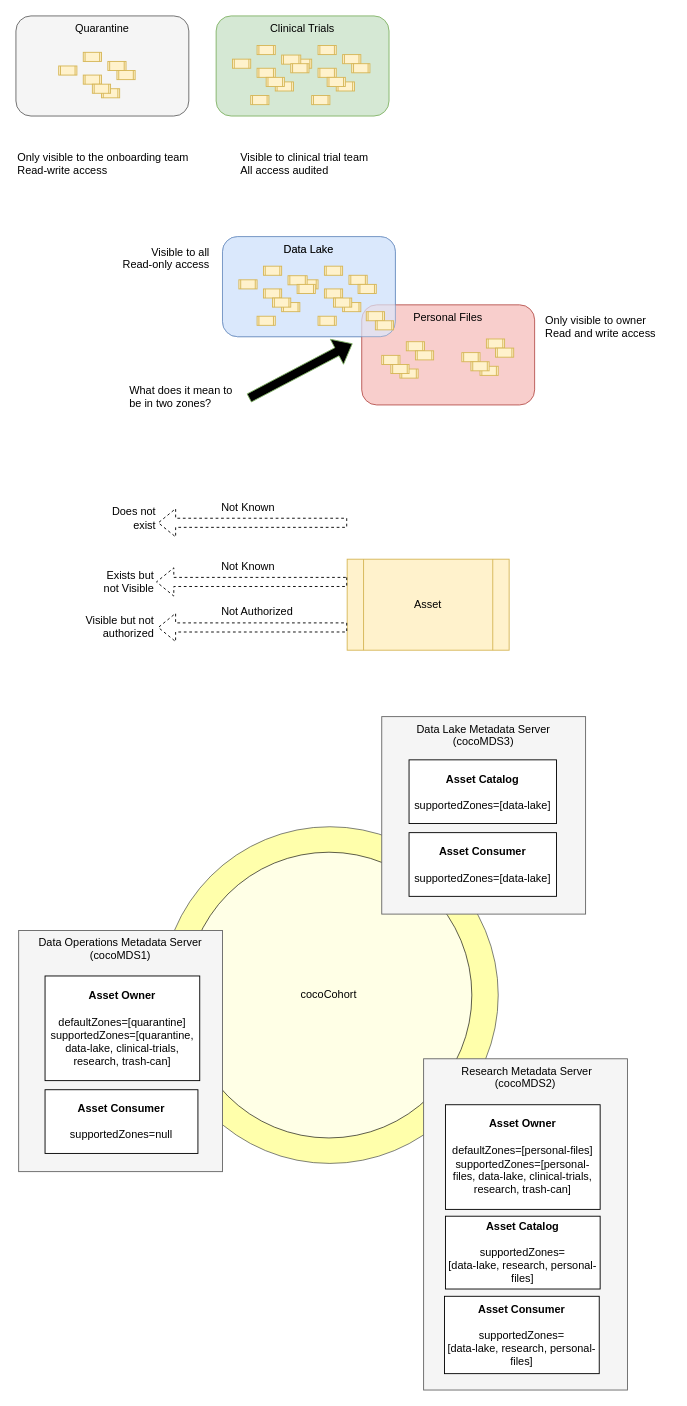
Before: page "governance-zones-overview" (2 of 6) of site/docs/features/governance-zoning/governance-zones.drawio in odpi/egeria-docs, a draw.io diagram. Source tidied: cells renumbered, new cells numbered last; positions are measured from the earlier drawing's top-left corner, leaving out a move shared by most shapes. Both pictures are drawn from the tidied source at 91%, with x=0, y=0 at pixel (15, 15).
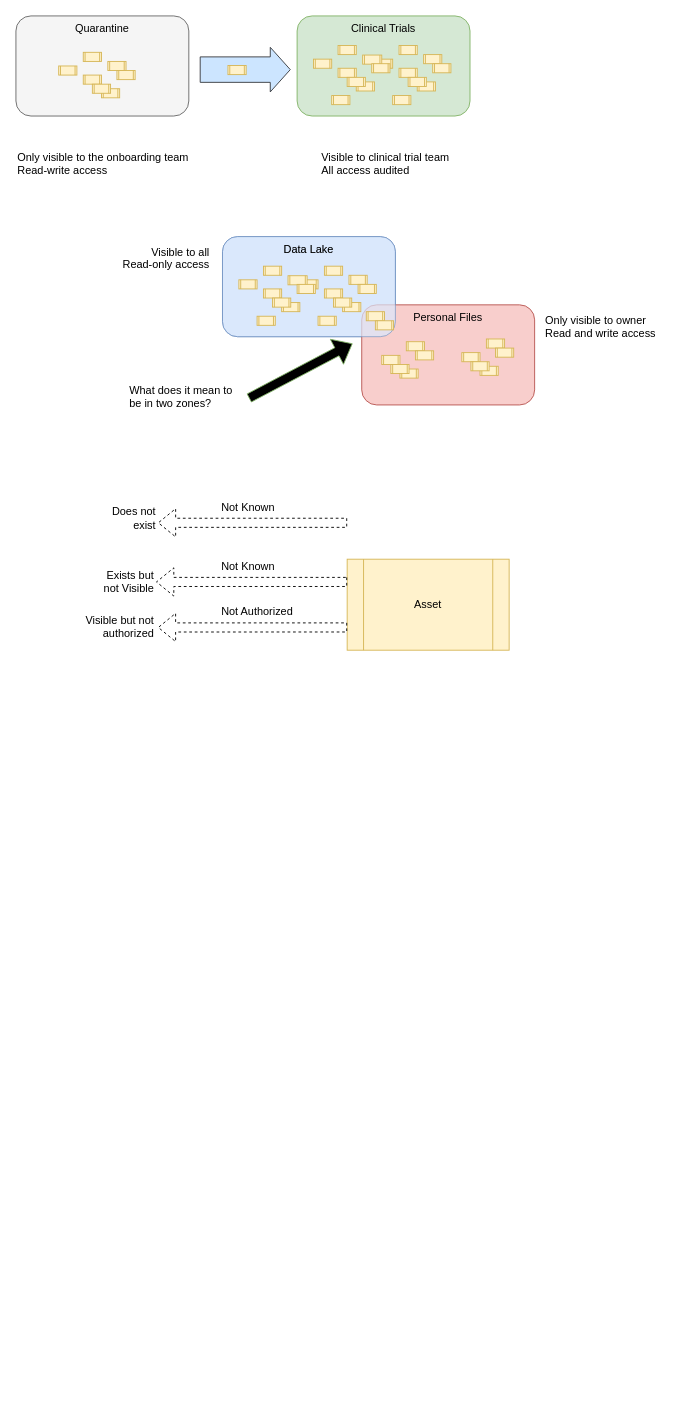
The same diagram, later.

Change to the diagram source:
```diff
@@
-    <mxCell id="2" style="ellipse;whiteSpace=wrap;html=1;fillColor=#ffff88;fontColor=#000000;opacity=70;align=right;strokeColor=#36393d;" parent="1" vertex="1">
-      <mxGeometry x="160" y="891" width="370" height="370" as="geometry" />
-    </mxCell>
-    <mxCell id="3" value="cocoCohort" style="ellipse;whiteSpace=wrap;html=1;fillColor=#FFFFFF;fontColor=#000000;opacity=70;align=center;" parent="1" vertex="1">
-      <mxGeometry x="187" y="919" width="314" height="314" as="geometry" />
-    </mxCell>
@@
     <mxCell id="5" value="Clinical Trials" style="rounded=1;whiteSpace=wrap;html=1;fillColor=#d5e8d4;align=center;strokeColor=#82b366;verticalAlign=top;" parent="1" vertex="1">
-      <mxGeometry x="220" width="190" height="110" as="geometry" />
+      <mxGeometry x="309" width="190" height="110" as="geometry" />
     </mxCell>
     <mxCell id="6" style="shape=process;whiteSpace=wrap;html=1;backgroundOutline=1;fillColor=#fff2cc;align=center;strokeColor=#d6b656;" parent="1" vertex="1">
-      <mxGeometry x="332" y="32.5" width="20" height="10" as="geometry" />
+      <mxGeometry x="421" y="32.5" width="20" height="10" as="geometry" />
     </mxCell>
     <mxCell id="7" style="shape=process;whiteSpace=wrap;html=1;backgroundOutline=1;fillColor=#fff2cc;align=center;strokeColor=#d6b656;" parent="1" vertex="1">
-      <mxGeometry x="359" y="42.5" width="20" height="10" as="geometry" />
+      <mxGeometry x="448" y="42.5" width="20" height="10" as="geometry" />
     </mxCell>
     <mxCell id="8" style="shape=process;whiteSpace=wrap;html=1;backgroundOutline=1;fillColor=#fff2cc;align=center;strokeColor=#d6b656;" parent="1" vertex="1">
-      <mxGeometry x="352" y="72.5" width="20" height="10" as="geometry" />
+      <mxGeometry x="441" y="72.5" width="20" height="10" as="geometry" />
     </mxCell>
     <mxCell id="9" style="shape=process;whiteSpace=wrap;html=1;backgroundOutline=1;fillColor=#fff2cc;align=center;strokeColor=#d6b656;" parent="1" vertex="1">
-      <mxGeometry x="369" y="52.5" width="20" height="10" as="geometry" />
+      <mxGeometry x="458" y="52.5" width="20" height="10" as="geometry" />
     </mxCell>
     <mxCell id="10" style="shape=process;whiteSpace=wrap;html=1;backgroundOutline=1;fillColor=#fff2cc;align=center;strokeColor=#d6b656;" parent="1" vertex="1">
-      <mxGeometry x="305" y="47.5" width="20" height="10" as="geometry" />
+      <mxGeometry x="394" y="47.5" width="20" height="10" as="geometry" />
     </mxCell>
     <mxCell id="11" style="shape=process;whiteSpace=wrap;html=1;backgroundOutline=1;fillColor=#fff2cc;align=center;strokeColor=#d6b656;" parent="1" vertex="1">
-      <mxGeometry x="332" y="57.5" width="20" height="10" as="geometry" />
+      <mxGeometry x="421" y="57.5" width="20" height="10" as="geometry" />
     </mxCell>
     <mxCell id="12" style="shape=process;whiteSpace=wrap;html=1;backgroundOutline=1;fillColor=#fff2cc;align=center;strokeColor=#d6b656;" parent="1" vertex="1">
-      <mxGeometry x="325" y="87.5" width="20" height="10" as="geometry" />
+      <mxGeometry x="414" y="87.5" width="20" height="10" as="geometry" />
     </mxCell>
     <mxCell id="13" style="shape=process;whiteSpace=wrap;html=1;backgroundOutline=1;fillColor=#fff2cc;align=center;strokeColor=#d6b656;" parent="1" vertex="1">
-      <mxGeometry x="342" y="67.5" width="20" height="10" as="geometry" />
+      <mxGeometry x="431" y="67.5" width="20" height="10" as="geometry" />
     </mxCell>
@@
     <mxCell id="21" style="shape=process;whiteSpace=wrap;html=1;backgroundOutline=1;fillColor=#fff2cc;align=center;strokeColor=#d6b656;" parent="1" vertex="1">
-      <mxGeometry x="265" y="32.5" width="20" height="10" as="geometry" />
+      <mxGeometry x="354" y="32.5" width="20" height="10" as="geometry" />
     </mxCell>
     <mxCell id="22" style="shape=process;whiteSpace=wrap;html=1;backgroundOutline=1;fillColor=#fff2cc;align=center;strokeColor=#d6b656;" parent="1" vertex="1">
-      <mxGeometry x="292" y="43" width="21" height="10" as="geometry" />
+      <mxGeometry x="381" y="43" width="21" height="10" as="geometry" />
     </mxCell>
     <mxCell id="23" style="shape=process;whiteSpace=wrap;html=1;backgroundOutline=1;fillColor=#fff2cc;align=center;strokeColor=#d6b656;" parent="1" vertex="1">
-      <mxGeometry x="285" y="72.5" width="20" height="10" as="geometry" />
+      <mxGeometry x="374" y="72.5" width="20" height="10" as="geometry" />
     </mxCell>
     <mxCell id="24" style="shape=process;whiteSpace=wrap;html=1;backgroundOutline=1;fillColor=#fff2cc;align=center;strokeColor=#d6b656;" parent="1" vertex="1">
-      <mxGeometry x="302" y="52.5" width="20" height="10" as="geometry" />
+      <mxGeometry x="391" y="52.5" width="20" height="10" as="geometry" />
     </mxCell>
     <mxCell id="25" style="shape=process;whiteSpace=wrap;html=1;backgroundOutline=1;fillColor=#fff2cc;align=center;strokeColor=#d6b656;" parent="1" vertex="1">
-      <mxGeometry x="238" y="47.5" width="20" height="10" as="geometry" />
+      <mxGeometry x="327" y="47.5" width="20" height="10" as="geometry" />
     </mxCell>
     <mxCell id="26" style="shape=process;whiteSpace=wrap;html=1;backgroundOutline=1;fillColor=#fff2cc;align=center;strokeColor=#d6b656;" parent="1" vertex="1">
-      <mxGeometry x="265" y="57.5" width="20" height="10" as="geometry" />
+      <mxGeometry x="354" y="57.5" width="20" height="10" as="geometry" />
     </mxCell>
     <mxCell id="27" style="shape=process;whiteSpace=wrap;html=1;backgroundOutline=1;fillColor=#fff2cc;align=center;strokeColor=#d6b656;" parent="1" vertex="1">
-      <mxGeometry x="258" y="87.5" width="20" height="10" as="geometry" />
+      <mxGeometry x="347" y="87.5" width="20" height="10" as="geometry" />
     </mxCell>
     <mxCell id="28" style="shape=process;whiteSpace=wrap;html=1;backgroundOutline=1;fillColor=#fff2cc;align=center;strokeColor=#d6b656;" parent="1" vertex="1">
-      <mxGeometry x="275" y="67.5" width="20" height="10" as="geometry" />
+      <mxGeometry x="364" y="67.5" width="20" height="10" as="geometry" />
     </mxCell>
@@
     <mxCell id="30" value="Visible to clinical trial team&lt;br&gt;All access audited&lt;br&gt;" style="text;html=1;align=left;verticalAlign=top;spacingTop=-4;" parent="1" vertex="1">
-      <mxGeometry x="245" y="146" width="160" height="30" as="geometry" />
+      <mxGeometry x="334" y="146" width="160" height="30" as="geometry" />
     </mxCell>
@@
-    <mxCell id="41" value="&lt;div style=&quot;text-align: center&quot;&gt;&lt;span&gt;Data Operations Metadata Server&lt;/span&gt;&lt;/div&gt;&lt;div style=&quot;text-align: center&quot;&gt;&lt;span&gt;(cocoMDS1)&lt;/span&gt;&lt;/div&gt;&lt;div style=&quot;text-align: center&quot;&gt;&lt;/div&gt;" style="rounded=0;whiteSpace=wrap;html=1;fillColor=#f5f5f5;align=center;fontColor=#000000;verticalAlign=top;strokeColor=#666666;" parent="1" vertex="1">
-      <mxGeometry x="3" y="1005" width="224" height="265" as="geometry" />
-    </mxCell>
-    <mxCell id="42" value="&lt;b&gt;Asset Owner&lt;br&gt;&lt;/b&gt;&lt;br&gt;defaultZones=[quarantine]&lt;br&gt;supportedZones=[quarantine,&lt;br&gt;data-lake, clinical-trials, research, trash-can]&lt;br&gt;" style="rounded=0;whiteSpace=wrap;html=1;fillColor=#FFFFFF;fontColor=#000000;align=center;" parent="1" vertex="1">
-      <mxGeometry x="32" y="1055" width="170" height="115" as="geometry" />
-    </mxCell>
-    <mxCell id="43" value="&lt;div style=&quot;text-align: center&quot;&gt;&lt;span&gt;&amp;nbsp;Research Metadata Server&lt;/span&gt;&lt;/div&gt;&lt;div style=&quot;text-align: center&quot;&gt;&lt;span&gt;(cocoMDS2)&lt;/span&gt;&lt;/div&gt;&lt;div style=&quot;text-align: center&quot;&gt;&lt;/div&gt;" style="rounded=0;whiteSpace=wrap;html=1;fillColor=#f5f5f5;align=center;fontColor=#000000;verticalAlign=top;strokeColor=#666666;" parent="1" vertex="1">
-      <mxGeometry x="448" y="1146" width="224" height="364" as="geometry" />
-    </mxCell>
-    <mxCell id="44" value="&lt;b&gt;Asset Consumer&lt;br&gt;&lt;/b&gt;&lt;br&gt;supportedZones=&lt;br&gt;[data-lake, research, personal-files]&lt;br&gt;" style="rounded=0;whiteSpace=wrap;html=1;fillColor=#FFFFFF;fontColor=#000000;align=center;" parent="1" vertex="1">
-      <mxGeometry x="471" y="1407" width="170" height="85" as="geometry" />
-    </mxCell>
-    <mxCell id="45" value="&lt;div style=&quot;text-align: center&quot;&gt;&lt;span&gt;Data Lake Metadata Server&lt;/span&gt;&lt;/div&gt;&lt;div style=&quot;text-align: center&quot;&gt;&lt;span&gt;(cocoMDS3)&lt;/span&gt;&lt;/div&gt;&lt;div style=&quot;text-align: center&quot;&gt;&lt;/div&gt;" style="rounded=0;whiteSpace=wrap;html=1;fillColor=#f5f5f5;align=center;fontColor=#000000;verticalAlign=top;strokeColor=#666666;" parent="1" vertex="1">
-      <mxGeometry x="402" y="770" width="224" height="217" as="geometry" />
-    </mxCell>
-    <mxCell id="46" value="&lt;b&gt;Asset Consumer&lt;br&gt;&lt;/b&gt;&lt;br&gt;supportedZones=[data-lake]&lt;br&gt;" style="rounded=0;whiteSpace=wrap;html=1;fillColor=#FFFFFF;fontColor=#000000;align=center;" parent="1" vertex="1">
-      <mxGeometry x="432" y="897.5" width="162" height="70" as="geometry" />
-    </mxCell>
-    <mxCell id="47" value="&lt;b&gt;Asset Catalog&lt;br&gt;&lt;/b&gt;&lt;br&gt;supportedZones=[data-lake]&lt;br&gt;" style="rounded=0;whiteSpace=wrap;html=1;fillColor=#FFFFFF;fontColor=#000000;align=center;" parent="1" vertex="1">
-      <mxGeometry x="432" y="817.5" width="162" height="70" as="geometry" />
-    </mxCell>
-    <mxCell id="48" value="&lt;b&gt;Asset Consumer&lt;br&gt;&lt;/b&gt;&lt;br&gt;supportedZones=null&lt;br&gt;" style="rounded=0;whiteSpace=wrap;html=1;fillColor=#FFFFFF;fontColor=#000000;align=center;" parent="1" vertex="1">
-      <mxGeometry x="32" y="1180" width="168" height="70" as="geometry" />
-    </mxCell>
-    <mxCell id="49" value="&lt;b&gt;Asset Catalog&lt;br&gt;&lt;/b&gt;&lt;br&gt;supportedZones=&lt;br&gt;[data-lake, research, personal-files]&lt;br&gt;" style="rounded=0;whiteSpace=wrap;html=1;fillColor=#FFFFFF;fontColor=#000000;align=center;" parent="1" vertex="1">
-      <mxGeometry x="472" y="1319" width="170" height="80" as="geometry" />
-    </mxCell>
@@
-    <mxCell id="85" value="&lt;b&gt;Asset Owner&lt;br&gt;&lt;/b&gt;&lt;br&gt;defaultZones=[personal-files]&lt;br&gt;supportedZones=[personal-files, data-lake, clinical-trials, research, trash-can]&lt;br&gt;" style="rounded=0;whiteSpace=wrap;html=1;fillColor=#FFFFFF;fontColor=#000000;align=center;" parent="1" vertex="1">
-      <mxGeometry x="472" y="1196.5" width="170" height="115" as="geometry" />
-    </mxCell>
+    <mxCell id="86" style="shape=flexArrow;endArrow=classic;html=1;rounded=0;width=28;endSize=7;fillColor=#cce5ff;strokeColor=#36393d;" parent="1" edge="1">
+      <mxGeometry relative="1" as="geometry">
+        <mxPoint x="202" y="59" as="sourcePoint" />
+        <mxPoint x="302" y="59" as="targetPoint" />
+      </mxGeometry>
+    </mxCell>
+    <mxCell id="87" style="shape=process;whiteSpace=wrap;html=1;backgroundOutline=1;fillColor=#fff2cc;align=center;strokeColor=#d6b656;" parent="1" vertex="1">
+      <mxGeometry x="233" y="54.5" width="20" height="10" as="geometry" />
+    </mxCell>
```
